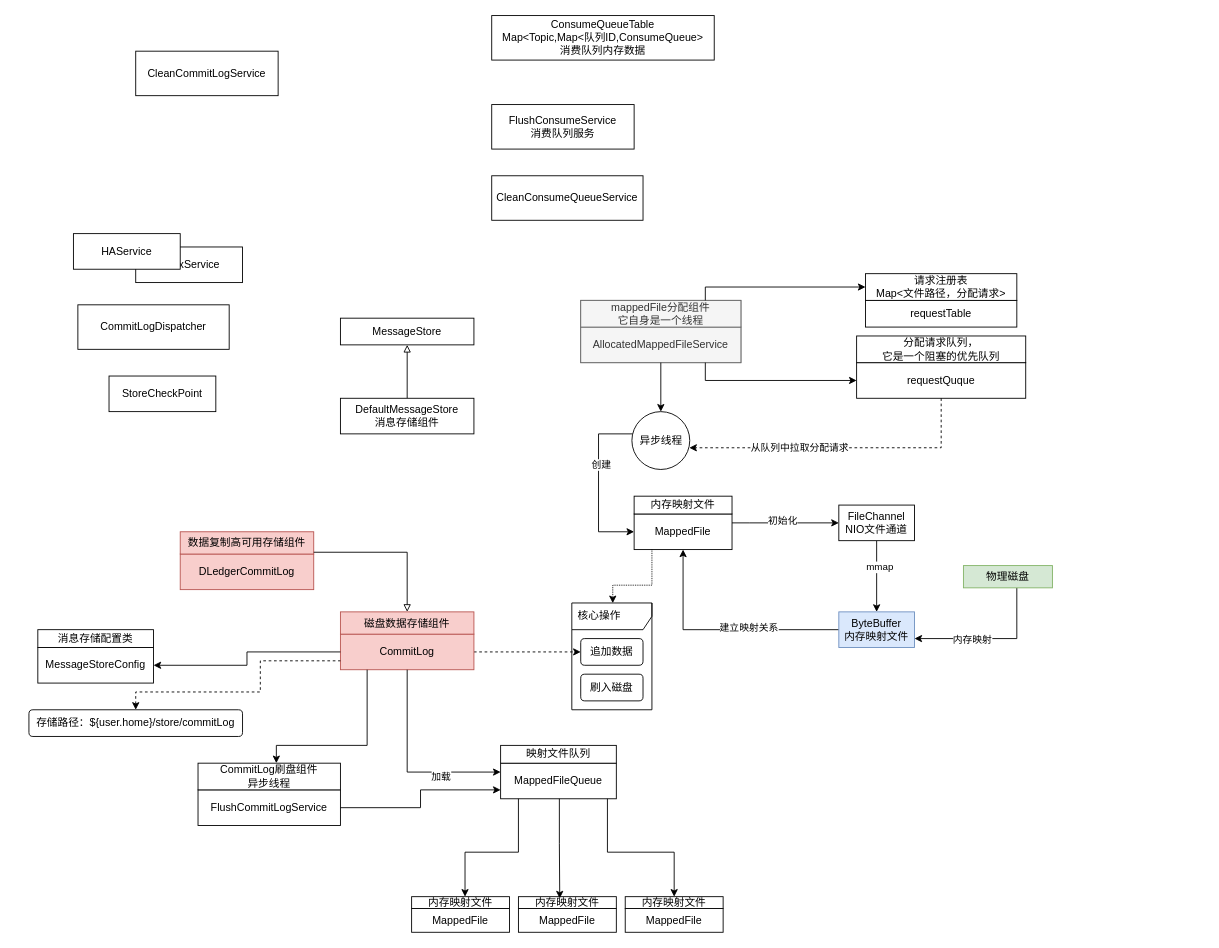
Above: page "存储架构" (6 of 6) of 未命名绘图.drawio in plx927/Java-Core-learning (draw.io), before the change. Source tidied: cells renumbered, new cells numbered last; positions are measured from the earlier drawing's top-left corner, leaving out a move shared by most shapes. Both pictures are drawn from the tidied source at 89%, with x=0, y=0 at pixel (28, 15).
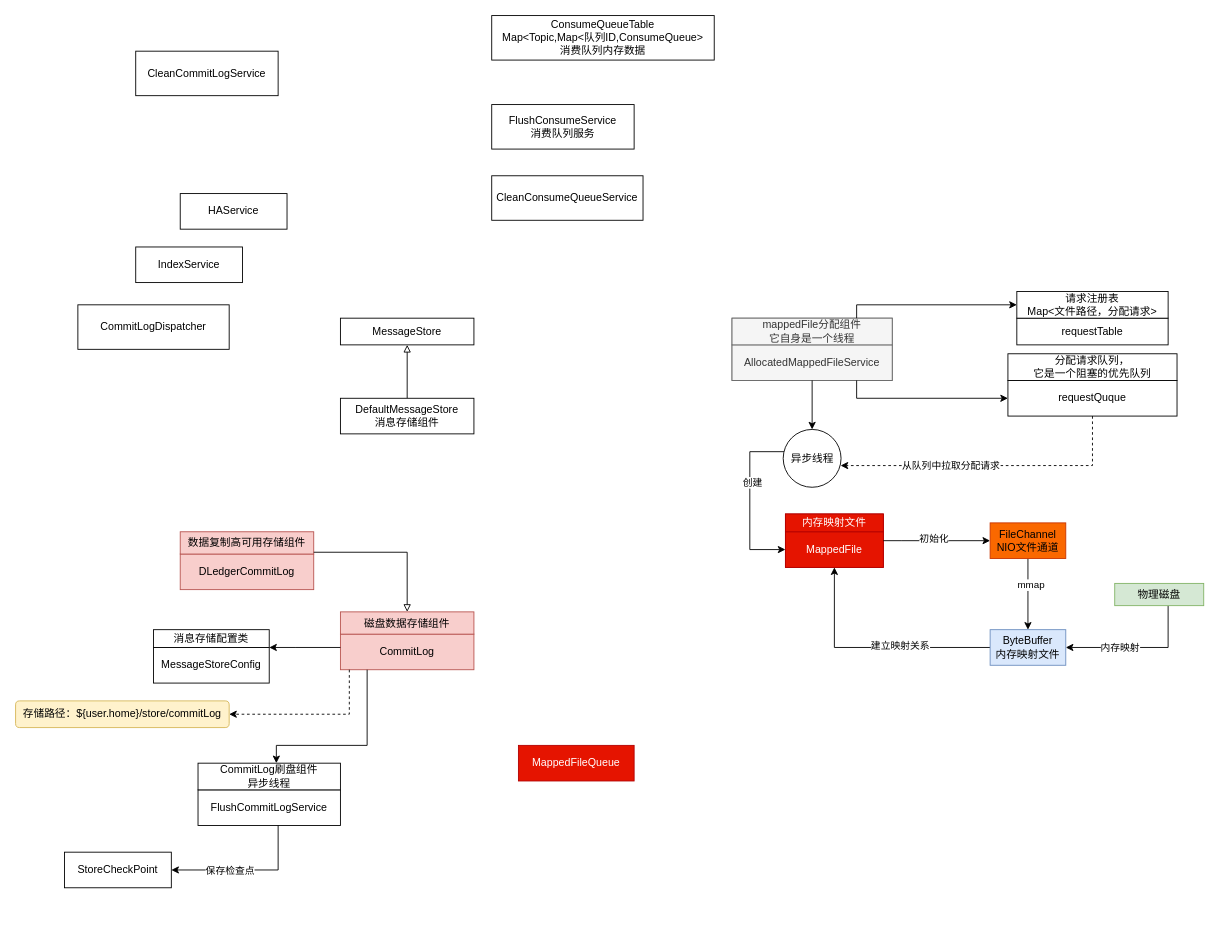
After the change.

Commit message (it also covers changes not shown here):
更新未命名绘图.drawio

The change refers to these unchanged cells:
```xml
<mxCell id="16" value="AllocatedMappedFileService" style="rounded=0;whiteSpace=wrap;html=1;fillColor=#f5f5f5;fontColor=#333333;strokeColor=#666666;" parent="15" vertex="1">
  <mxGeometry y="30" width="180" height="40" as="geometry" />
</mxCell>
<mxCell id="17" value="mappedFile分配组件&lt;br&gt;它自身是一个线程" style="rounded=0;whiteSpace=wrap;html=1;fillColor=#f5f5f5;fontColor=#333333;strokeColor=#666666;" parent="15" vertex="1">
  <mxGeometry width="180" height="30" as="geometry" />
</mxCell>
<mxCell id="25" value="请求注册表&lt;br&gt;Map&amp;lt;文件路径，分配请求&amp;gt;" style="rounded=0;whiteSpace=wrap;html=1;" parent="23" vertex="1">
  <mxGeometry y="-10" width="170" height="30" as="geometry" />
</mxCell>
<mxCell id="27" value="requestQuque" style="rounded=0;whiteSpace=wrap;html=1;" parent="26" vertex="1">
  <mxGeometry y="30" width="190" height="40" as="geometry" />
</mxCell>
<mxCell id="47" value="CommitLog&lt;br&gt;" style="rounded=0;whiteSpace=wrap;html=1;fillColor=#f8cecc;strokeColor=#b85450;" parent="46" vertex="1">
  <mxGeometry y="25" width="150" height="40" as="geometry" />
</mxCell>
<mxCell id="54" value="MessageStoreConfig" style="rounded=0;whiteSpace=wrap;html=1;" parent="53" vertex="1">
  <mxGeometry y="30" width="130" height="40" as="geometry" />
</mxCell>
<mxCell id="55" value="消息存储配置类" style="rounded=0;whiteSpace=wrap;html=1;" parent="53" vertex="1">
  <mxGeometry y="10" width="130" height="20" as="geometry" />
</mxCell>
<mxCell id="80" value="FlushCommitLogService" style="rounded=0;whiteSpace=wrap;html=1;" parent="79" vertex="1">
  <mxGeometry y="30" width="160" height="40" as="geometry" />
</mxCell>
```

The edit, as a diff of the source:
```diff
@@
-    <mxCell id="2" value="核心操作" style="shape=umlFrame;whiteSpace=wrap;html=1;width=120;height=30;boundedLbl=1;verticalAlign=middle;align=left;spacingLeft=5;" parent="1" vertex="1">
-      <mxGeometry x="610" y="660" width="90" height="120" as="geometry" />
-    </mxCell>
@@
-    <mxCell id="6" style="edgeStyle=orthogonalEdgeStyle;rounded=0;jettySize=auto;html=1;dashed=1;endArrow=classic;endFill=1;" parent="1" edge="1" source="47" target="43">
-      <mxGeometry relative="1" as="geometry" />
-    </mxCell>
@@
     <mxCell id="12" value="HAService" style="rounded=0;whiteSpace=wrap;html=1;" parent="1" vertex="1">
-      <mxGeometry x="50" y="245" width="120" height="40" as="geometry" />
+      <mxGeometry x="170" y="200" width="120" height="40" as="geometry" />
     </mxCell>
     <mxCell id="13" value="StoreCheckPoint" style="rounded=0;whiteSpace=wrap;html=1;" parent="1" vertex="1">
-      <mxGeometry x="90" y="405" width="120" height="40" as="geometry" />
+      <mxGeometry x="40" y="940" width="120" height="40" as="geometry" />
     </mxCell>
@@
     <mxCell id="15" style="group;fillColor=#f5f5f5;fontColor=#333333;strokeColor=#666666;" parent="1" vertex="1">
-      <mxGeometry x="620" y="320" width="180" height="70" as="geometry" />
+      <mxGeometry x="790" y="340" width="180" height="70" as="geometry" />
     </mxCell>
@@
     <mxCell id="18" style="edgeStyle=orthogonalEdgeStyle;rounded=0;jettySize=auto;html=1;entryX=0;entryY=0.5;entryDx=0;entryDy=0;endArrow=classic;endFill=1;" parent="1" edge="1" source="17" target="25">
       <mxGeometry relative="1" as="geometry">
         <Array as="points">
-          <mxPoint x="760" y="305" />
+          <mxPoint x="930" y="325" />
         </Array>
       </mxGeometry>
     </mxCell>
     <mxCell id="19" style="edgeStyle=orthogonalEdgeStyle;rounded=0;jettySize=auto;html=1;entryX=0;entryY=0.5;entryDx=0;entryDy=0;endArrow=classic;endFill=1;" parent="1" edge="1" source="16" target="27">
       <mxGeometry relative="1" as="geometry">
         <Array as="points">
-          <mxPoint x="760" y="410" />
+          <mxPoint x="930" y="430" />
         </Array>
       </mxGeometry>
     </mxCell>
-    <mxCell id="20" style="group;" parent="1" vertex="1">
-      <mxGeometry x="680" y="540" width="110" height="60" as="geometry" />
+    <mxCell id="20" style="group;fillColor=#e51400;fontColor=#ffffff;strokeColor=#B20000;" parent="1" vertex="1">
+      <mxGeometry x="850" y="560" width="110" height="60" as="geometry" />
     </mxCell>
-    <mxCell id="21" value="MappedFile" style="rounded=0;whiteSpace=wrap;html=1;" parent="20" vertex="1">
+    <mxCell id="21" value="MappedFile" style="rounded=0;whiteSpace=wrap;html=1;fillColor=#e51400;fontColor=#ffffff;strokeColor=#B20000;" parent="20" vertex="1">
       <mxGeometry y="20" width="110" height="40" as="geometry" />
     </mxCell>
-    <mxCell id="22" value="内存映射文件" style="rounded=0;whiteSpace=wrap;html=1;" parent="20" vertex="1">
+    <mxCell id="22" value="内存映射文件" style="rounded=0;whiteSpace=wrap;html=1;fillColor=#e51400;fontColor=#ffffff;strokeColor=#B20000;" parent="20" vertex="1">
       <mxGeometry width="110" height="20" as="geometry" />
     </mxCell>
     <mxCell id="23" style="group;" parent="1" vertex="1">
-      <mxGeometry x="940" y="300" width="170" height="50" as="geometry" />
+      <mxGeometry x="1110" y="320" width="170" height="50" as="geometry" />
     </mxCell>
@@
     <mxCell id="26" style="group;" parent="1" vertex="1">
-      <mxGeometry x="930" y="360" width="190" height="70" as="geometry" />
+      <mxGeometry x="1100" y="380" width="190" height="70" as="geometry" />
     </mxCell>
@@
     <mxCell id="29" style="edgeStyle=orthogonalEdgeStyle;rounded=0;jettySize=auto;html=1;entryX=0;entryY=0.5;entryDx=0;entryDy=0;endArrow=classic;endFill=1;" parent="1" edge="1" source="31" target="21">
       <mxGeometry relative="1" as="geometry">
         <Array as="points">
-          <mxPoint x="640" y="470" />
-          <mxPoint x="640" y="580" />
+          <mxPoint x="810" y="490" />
+          <mxPoint x="810" y="600" />
         </Array>
       </mxGeometry>
     </mxCell>
@@
     <mxCell id="31" value="异步线程" style="ellipse;whiteSpace=wrap;html=1;" parent="1" vertex="1">
-      <mxGeometry x="677.5" y="445" width="65" height="65" as="geometry" />
+      <mxGeometry x="847.5" y="465" width="65" height="65" as="geometry" />
     </mxCell>
@@
     <mxCell id="33" style="edgeStyle=orthogonalEdgeStyle;rounded=0;jettySize=auto;html=1;entryX=0.992;entryY=0.625;entryDx=0;entryDy=0;entryPerimeter=0;endArrow=classic;endFill=1;dashed=1;" parent="1" edge="1" source="27" target="31">
       <mxGeometry relative="1" as="geometry">
         <Array as="points">
-          <mxPoint x="1025" y="486" />
+          <mxPoint x="1195" y="506" />
         </Array>
       </mxGeometry>
     </mxCell>
@@
-    <mxCell id="37" value="FileChannel&lt;br&gt;NIO文件通道" style="whiteSpace=wrap;html=1;rounded=0;" parent="1" vertex="1">
-      <mxGeometry x="910" y="550" width="85" height="40" as="geometry" />
+    <mxCell id="37" value="FileChannel&lt;br&gt;NIO文件通道" style="whiteSpace=wrap;html=1;rounded=0;fillColor=#fa6800;fontColor=#000000;strokeColor=#C73500;" parent="1" vertex="1">
+      <mxGeometry x="1080" y="570" width="85" height="40" as="geometry" />
     </mxCell>
     <mxCell id="38" style="edgeStyle=orthogonalEdgeStyle;rounded=0;jettySize=auto;html=1;endArrow=classic;endFill=1;" parent="1" edge="1" source="21" target="37">
       <mxGeometry relative="1" as="geometry">
         <Array as="points">
-          <mxPoint x="810" y="570" />
-          <mxPoint x="810" y="570" />
+          <mxPoint x="980" y="590" />
+          <mxPoint x="980" y="590" />
         </Array>
       </mxGeometry>
     </mxCell>
@@
     <mxCell id="42" value="ByteBuffer&lt;br&gt;内存映射文件" style="whiteSpace=wrap;html=1;rounded=0;fillColor=#dae8fc;strokeColor=#6c8ebf;" parent="1" vertex="1">
-      <mxGeometry x="910" y="670" width="85" height="40" as="geometry" />
+      <mxGeometry x="1080" y="690" width="85" height="40" as="geometry" />
     </mxCell>
-    <mxCell id="43" value="追加数据" style="rounded=1;whiteSpace=wrap;html=1;" parent="1" vertex="1">
-      <mxGeometry x="620" y="700" width="70" height="30" as="geometry" />
-    </mxCell>
-    <mxCell id="44" value="刷入磁盘" style="rounded=1;whiteSpace=wrap;html=1;" parent="1" vertex="1">
-      <mxGeometry x="620" y="740" width="70" height="30" as="geometry" />
-    </mxCell>
-    <mxCell id="45" style="edgeStyle=orthogonalEdgeStyle;rounded=0;jettySize=auto;html=1;entryX=0.511;entryY=0.002;entryDx=0;entryDy=0;entryPerimeter=0;endArrow=classic;endFill=1;dashed=1;dashPattern=1 1;" parent="1" edge="1" source="21" target="2">
-      <mxGeometry relative="1" as="geometry">
-        <Array as="points">
-          <mxPoint x="700" y="640" />
-          <mxPoint x="656" y="640" />
-        </Array>
-      </mxGeometry>
-    </mxCell>
@@
     <mxCell id="53" style="group;" parent="1" vertex="1">
-      <mxGeometry x="10" y="680" width="130" height="70" as="geometry" />
+      <mxGeometry x="140" y="680" width="130" height="70" as="geometry" />
     </mxCell>
@@
-    <mxCell id="56" style="group;" parent="1" vertex="1">
-      <mxGeometry x="530" y="810" width="130" height="70" as="geometry" />
-    </mxCell>
-    <mxCell id="57" value="MappedFileQueue" style="rounded=0;whiteSpace=wrap;html=1;" parent="56" vertex="1">
-      <mxGeometry y="30" width="130" height="40" as="geometry" />
-    </mxCell>
-    <mxCell id="58" value="映射文件队列" style="rounded=0;whiteSpace=wrap;html=1;" parent="56" vertex="1">
-      <mxGeometry y="10" width="130" height="20" as="geometry" />
-    </mxCell>
-    <mxCell id="59" style="edgeStyle=orthogonalEdgeStyle;rounded=0;jettySize=auto;html=1;entryX=1;entryY=0.5;entryDx=0;entryDy=0;endArrow=classic;endFill=1;" parent="1" edge="1" source="47" target="54">
+    <mxCell id="59" style="edgeStyle=orthogonalEdgeStyle;rounded=0;jettySize=auto;html=1;endArrow=classic;endFill=1;entryX=1;entryY=1;entryDx=0;entryDy=0;" parent="1" edge="1" source="47" target="55">
       <mxGeometry relative="1" as="geometry">
         <Array as="points">
-          <mxPoint x="245" y="715" />
-          <mxPoint x="245" y="730" />
+          <mxPoint x="300" y="710" />
+          <mxPoint x="300" y="710" />
         </Array>
       </mxGeometry>
     </mxCell>
-    <mxCell id="60" style="edgeStyle=orthogonalEdgeStyle;rounded=0;jettySize=auto;html=1;entryX=0;entryY=0.75;entryDx=0;entryDy=0;dashed=1;endArrow=none;endFill=0;startArrow=classic;startFill=1;" parent="1" edge="1" source="61" target="47">
-      <mxGeometry relative="1" as="geometry">
-        <Array as="points">
-          <mxPoint x="120" y="760" />
-          <mxPoint x="260" y="760" />
-          <mxPoint x="260" y="725" />
-        </Array>
-      </mxGeometry>
-    </mxCell>
-    <mxCell id="61" value="存储路径：${user.home}/store/commitLog" style="rounded=1;whiteSpace=wrap;html=1;" parent="1" vertex="1">
-      <mxGeometry y="780" width="240" height="30" as="geometry" />
+    <mxCell id="61" value="存储路径：${user.home}/store/commitLog" style="rounded=1;whiteSpace=wrap;html=1;fillColor=#fff2cc;strokeColor=#d6b656;" parent="1" vertex="1">
+      <mxGeometry x="-15" y="770" width="240" height="30" as="geometry" />
     </mxCell>
-    <mxCell id="62" style="edgeStyle=orthogonalEdgeStyle;rounded=0;jettySize=auto;html=1;startArrow=none;startFill=0;endArrow=classic;endFill=1;entryX=0;entryY=0.25;entryDx=0;entryDy=0;" parent="1" edge="1" source="47" target="57">
-      <mxGeometry relative="1" as="geometry">
-        <Array as="points">
-          <mxPoint x="425" y="850" />
-        </Array>
-      </mxGeometry>
-    </mxCell>
-    <mxCell id="63" value="加载" style="edgeLabel;html=1;align=center;verticalAlign=middle;" parent="62" vertex="1">
-      <mxGeometry x="0.38" y="-4" relative="1" as="geometry" />
-    </mxCell>
-    <mxCell id="64" style="group;" parent="1" vertex="1">
-      <mxGeometry x="430" y="990" width="110" height="40" as="geometry" />
-    </mxCell>
-    <mxCell id="65" value="MappedFile" style="rounded=0;whiteSpace=wrap;html=1;" parent="64" vertex="1">
-      <mxGeometry y="13.3" width="110" height="26.7" as="geometry" />
-    </mxCell>
-    <mxCell id="66" value="内存映射文件" style="rounded=0;whiteSpace=wrap;html=1;" parent="64" vertex="1">
-      <mxGeometry width="110" height="13.3" as="geometry" />
-    </mxCell>
-    <mxCell id="67" style="group;" parent="1" vertex="1">
-      <mxGeometry x="550" y="990" width="110" height="40" as="geometry" />
-    </mxCell>
-    <mxCell id="68" value="MappedFile" style="rounded=0;whiteSpace=wrap;html=1;" parent="67" vertex="1">
-      <mxGeometry y="13.3" width="110" height="26.7" as="geometry" />
-    </mxCell>
-    <mxCell id="69" value="内存映射文件" style="rounded=0;whiteSpace=wrap;html=1;" parent="67" vertex="1">
-      <mxGeometry width="110" height="13.3" as="geometry" />
-    </mxCell>
-    <mxCell id="70" style="group;" parent="1" vertex="1">
-      <mxGeometry x="670" y="990" width="110" height="40" as="geometry" />
-    </mxCell>
-    <mxCell id="71" value="MappedFile" style="rounded=0;whiteSpace=wrap;html=1;" parent="70" vertex="1">
-      <mxGeometry y="13.3" width="110" height="26.7" as="geometry" />
-    </mxCell>
-    <mxCell id="72" value="内存映射文件" style="rounded=0;whiteSpace=wrap;html=1;" parent="70" vertex="1">
-      <mxGeometry width="110" height="13.3" as="geometry" />
-    </mxCell>
-    <mxCell id="73" style="edgeStyle=orthogonalEdgeStyle;rounded=0;jettySize=auto;html=1;startArrow=none;startFill=0;endArrow=classic;endFill=1;" parent="1" edge="1" source="57">
-      <mxGeometry relative="1" as="geometry">
-        <mxPoint x="490" y="990" as="targetPoint" />
-        <Array as="points">
-          <mxPoint x="550" y="940" />
-          <mxPoint x="490" y="940" />
-        </Array>
-      </mxGeometry>
-    </mxCell>
-    <mxCell id="74" style="edgeStyle=orthogonalEdgeStyle;rounded=0;jettySize=auto;html=1;entryX=0.5;entryY=0;entryDx=0;entryDy=0;startArrow=none;startFill=0;endArrow=classic;endFill=1;" parent="1" edge="1" source="57" target="72">
-      <mxGeometry relative="1" as="geometry">
-        <Array as="points">
-          <mxPoint x="650" y="940" />
-          <mxPoint x="725" y="940" />
-        </Array>
-      </mxGeometry>
-    </mxCell>
-    <mxCell id="75" style="edgeStyle=orthogonalEdgeStyle;rounded=0;jettySize=auto;html=1;entryX=0.422;entryY=0.15;entryDx=0;entryDy=0;entryPerimeter=0;startArrow=none;startFill=0;endArrow=classic;endFill=1;" parent="1" edge="1" source="57" target="69">
-      <mxGeometry relative="1" as="geometry">
-        <Array as="points">
-          <mxPoint x="596" y="930" />
-          <mxPoint x="596" y="930" />
-        </Array>
-      </mxGeometry>
-    </mxCell>
-    <mxCell id="76" style="edgeStyle=orthogonalEdgeStyle;rounded=0;jettySize=auto;html=1;entryX=1;entryY=0.75;entryDx=0;entryDy=0;startArrow=none;startFill=0;endArrow=classic;endFill=1;" parent="1" edge="1" source="78" target="42">
+    <mxCell id="76" style="edgeStyle=orthogonalEdgeStyle;rounded=0;jettySize=auto;html=1;entryX=1;entryY=0.5;entryDx=0;entryDy=0;startArrow=none;startFill=0;endArrow=classic;endFill=1;" parent="1" edge="1" source="78" target="42">
       <mxGeometry relative="1" as="geometry">
         <Array as="points">
-          <mxPoint x="1110" y="700" />
+          <mxPoint x="1280" y="710" />
         </Array>
       </mxGeometry>
     </mxCell>
@@
     <mxCell id="78" value="物理磁盘" style="rounded=0;whiteSpace=wrap;html=1;fillColor=#d5e8d4;strokeColor=#82b366;" parent="1" vertex="1">
-      <mxGeometry x="1050" y="618" width="100" height="25" as="geometry" />
+      <mxGeometry x="1220" y="638" width="100" height="25" as="geometry" />
     </mxCell>
@@
-    <mxCell id="83" style="edgeStyle=orthogonalEdgeStyle;rounded=0;jettySize=auto;html=1;entryX=0;entryY=0.75;entryDx=0;entryDy=0;startArrow=none;startFill=0;endArrow=classic;endFill=1;" parent="1" edge="1" source="80" target="57">
-      <mxGeometry relative="1" as="geometry" />
-    </mxCell>
+    <mxCell id="84" style="edgeStyle=orthogonalEdgeStyle;rounded=0;jettySize=auto;html=1;entryX=1;entryY=0.5;entryDx=0;entryDy=0;startArrow=none;startFill=0;endArrow=classic;endFill=1;" parent="1" edge="1" source="80" target="13">
+      <mxGeometry relative="1" as="geometry">
+        <Array as="points">
+          <mxPoint x="280" y="960" />
+        </Array>
+      </mxGeometry>
+    </mxCell>
+    <mxCell id="85" value="保存检查点" style="edgeLabel;html=1;align=center;verticalAlign=middle;" parent="84" vertex="1">
+      <mxGeometry x="0.02" relative="1" as="geometry">
+        <mxPoint x="-18" as="offset" />
+      </mxGeometry>
+    </mxCell>
+    <mxCell id="86" style="edgeStyle=orthogonalEdgeStyle;rounded=0;jettySize=auto;html=1;entryX=1;entryY=0.5;entryDx=0;entryDy=0;startArrow=none;startFill=0;endArrow=classic;endFill=1;dashed=1;" parent="1" edge="1" source="47" target="61">
+      <mxGeometry relative="1" as="geometry">
+        <Array as="points">
+          <mxPoint x="360" y="785" />
+        </Array>
+      </mxGeometry>
+    </mxCell>
+    <mxCell id="57" value="MappedFileQueue" style="rounded=0;whiteSpace=wrap;html=1;fillColor=#e51400;strokeColor=#B20000;fontColor=#ffffff;" parent="1" vertex="1">
+      <mxGeometry x="550" y="820" width="130" height="40" as="geometry" />
+    </mxCell>
```
